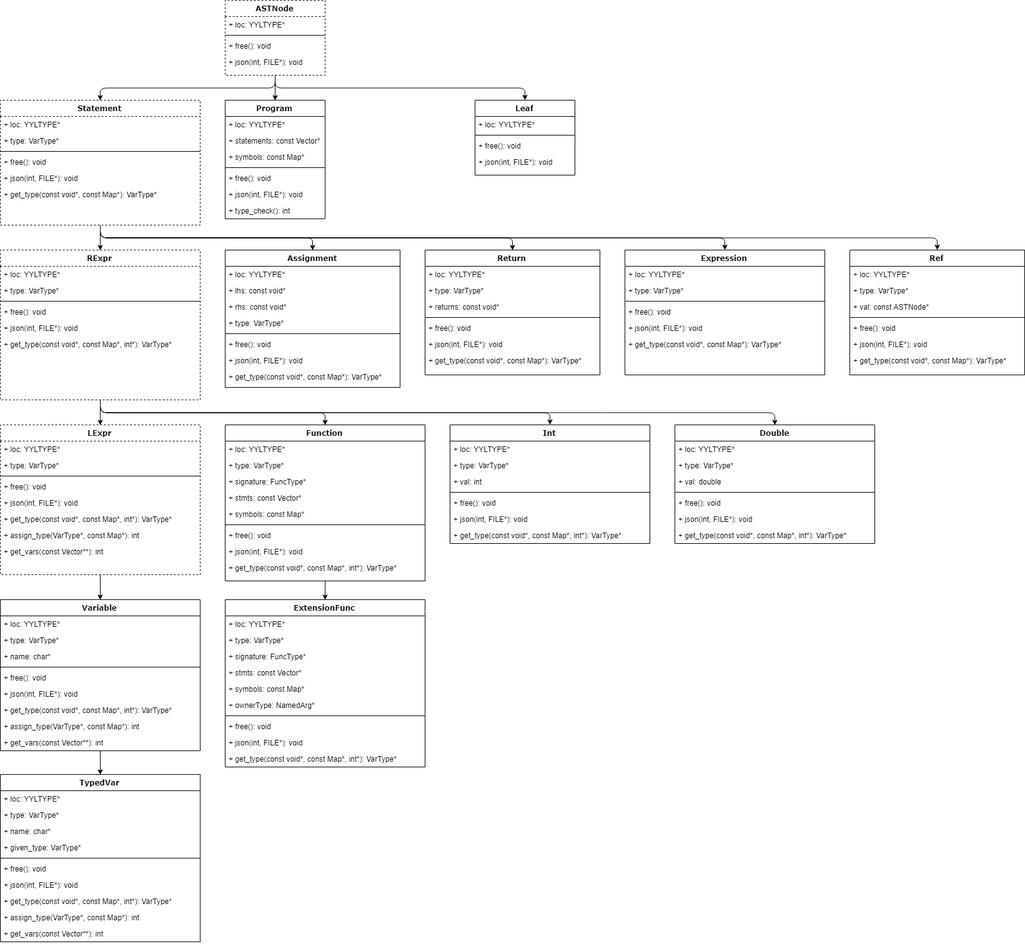
Above: doc/ASTHierarchy.png in taylor-santos/Tlang (draw.io), before the change. Source tidied: cells renumbered, new cells last; positions are measured from the earlier drawing's top-left corner, leaving out a move shared by most shapes.
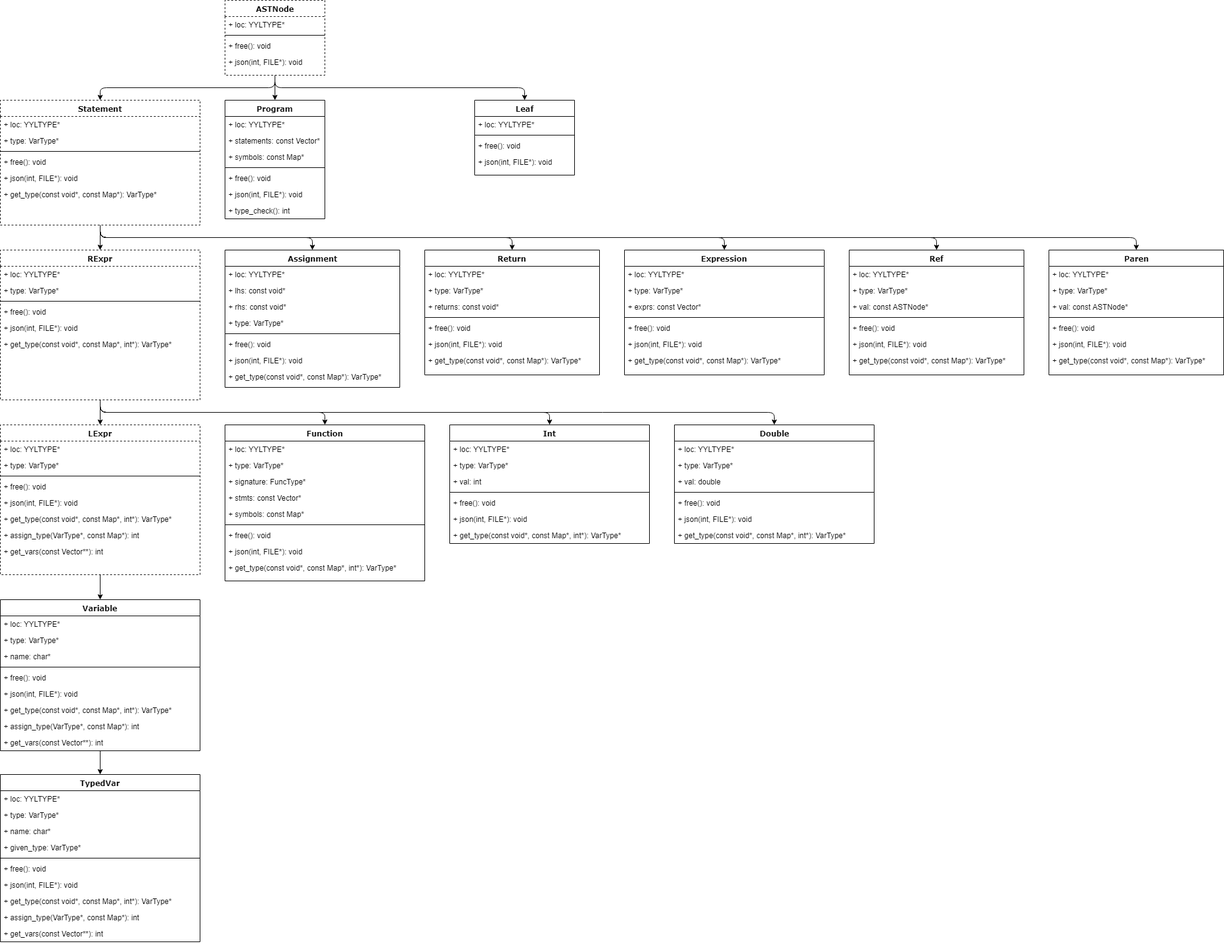
The same file after the commit.

Change to the diagram source:
```diff
@@ -41,6 +41,9 @@
     <mxCell id="14" style="edgeStyle=orthogonalEdgeStyle;rounded=1;jettySize=auto;html=1;exitX=0.5;exitY=1;exitDx=0;exitDy=0;" parent="1" edge="1" source="15" target="31">
       <mxGeometry relative="1" as="geometry" />
     </mxCell>
+    <mxCell id="148" style="edgeStyle=orthogonalEdgeStyle;rounded=1;jettySize=auto;html=1;exitX=0.5;exitY=1;exitDx=0;exitDy=0;entryX=0.5;entryY=0;entryDx=0;entryDy=0;" parent="1" edge="1" source="15" target="149">
+      <mxGeometry relative="1" as="geometry" />
+    </mxCell>
     <mxCell id="15" value="Statement" style="swimlane;html=1;fontStyle=1;align=center;verticalAlign=top;horizontal=1;startSize=26;swimlaneFillColor=#ffffff;rounded=0;shadow=0;comic=0;labelBackgroundColor=none;strokeColor=#000000;strokeWidth=1;fillColor=none;fontFamily=Verdana;fontSize=12;fontColor=#000000;dashed=1;" parent="1" vertex="1">
       <mxGeometry y="160" width="320" height="200" as="geometry" />
     </mxCell>
@@ -338,9 +341,6 @@
     <mxCell id="113" value="+ get_type(const void*, const Map*): VarType*&lt;br&gt;" style="text;html=1;strokeColor=none;fillColor=none;align=left;verticalAlign=top;spacingLeft=4;spacingRight=4;whiteSpace=wrap;overflow=hidden;" parent="106" vertex="1">
       <mxGeometry y="164" width="280" height="26" as="geometry" />
     </mxCell>
-    <mxCell id="114" style="edgeStyle=orthogonalEdgeStyle;rounded=1;jettySize=auto;html=1;exitX=0.5;exitY=1;exitDx=0;exitDy=0;entryX=0.5;entryY=0;entryDx=0;entryDy=0;" parent="1" edge="1" source="115" target="137">
-      <mxGeometry relative="1" as="geometry" />
-    </mxCell>
     <mxCell id="115" value="Function&lt;br&gt;" style="swimlane;html=1;fontStyle=1;align=center;verticalAlign=top;horizontal=1;startSize=26;swimlaneFillColor=#ffffff;rounded=0;shadow=0;comic=0;labelBackgroundColor=none;strokeColor=#000000;strokeWidth=1;fillColor=none;fontFamily=Verdana;fontSize=12;fontColor=#000000;" parent="1" vertex="1">
       <mxGeometry x="360" y="680" width="320" height="250" as="geometry" />
     </mxCell>
@@ -377,20 +377,23 @@
     <mxCell id="126" value="+ loc: YYLTYPE*" style="text;html=1;strokeColor=none;fillColor=none;align=left;verticalAlign=top;spacingLeft=4;spacingRight=4;whiteSpace=wrap;overflow=hidden;" parent="125" vertex="1">
       <mxGeometry y="26" width="320" height="26" as="geometry" />
     </mxCell>
+    <mxCell id="139" value="+ type: VarType*&lt;br&gt;" style="text;html=1;strokeColor=none;fillColor=none;align=left;verticalAlign=top;spacingLeft=4;spacingRight=4;whiteSpace=wrap;overflow=hidden;" parent="125" vertex="1">
+      <mxGeometry y="52" width="320" height="26" as="geometry" />
+    </mxCell>
-    <mxCell id="127" value="+ type: VarType*&lt;br&gt;" style="text;html=1;strokeColor=none;fillColor=none;align=left;verticalAlign=top;spacingLeft=4;spacingRight=4;whiteSpace=wrap;overflow=hidden;" parent="125" vertex="1">
-      <mxGeometry y="52" width="320" height="26" as="geometry" />
+    <mxCell id="127" value="+ exprs: const Vector*&lt;br&gt;" style="text;html=1;strokeColor=none;fillColor=none;align=left;verticalAlign=top;spacingLeft=4;spacingRight=4;whiteSpace=wrap;overflow=hidden;" parent="125" vertex="1">
+      <mxGeometry y="78" width="320" height="26" as="geometry" />
     </mxCell>
     <mxCell id="128" style="line;html=1;strokeWidth=1;fillColor=none;align=left;verticalAlign=middle;spacingTop=-1;spacingLeft=3;spacingRight=3;labelPosition=right;" parent="125" vertex="1">
-      <mxGeometry y="78" width="320" height="8" as="geometry" />
+      <mxGeometry y="104" width="320" height="8" as="geometry" />
     </mxCell>
     <mxCell id="129" value="+ free(): void" style="text;html=1;strokeColor=none;fillColor=none;align=left;verticalAlign=top;spacingLeft=4;spacingRight=4;whiteSpace=wrap;overflow=hidden;" parent="125" vertex="1">
-      <mxGeometry y="86" width="320" height="26" as="geometry" />
+      <mxGeometry y="112" width="320" height="26" as="geometry" />
     </mxCell>
     <mxCell id="130" value="+ json(int, FILE*): void&lt;br&gt;&lt;br&gt;" style="text;html=1;strokeColor=none;fillColor=none;align=left;verticalAlign=top;spacingLeft=4;spacingRight=4;whiteSpace=wrap;overflow=hidden;" parent="125" vertex="1">
-      <mxGeometry y="112" width="320" height="26" as="geometry" />
+      <mxGeometry y="138" width="320" height="26" as="geometry" />
     </mxCell>
     <mxCell id="131" value="+ get_type(const void*, const Map*): VarType*&lt;br&gt;" style="text;html=1;strokeColor=none;fillColor=none;align=left;verticalAlign=top;spacingLeft=4;spacingRight=4;whiteSpace=wrap;overflow=hidden;" parent="125" vertex="1">
-      <mxGeometry y="138" width="320" height="26" as="geometry" />
+      <mxGeometry y="164" width="320" height="26" as="geometry" />
     </mxCell>
     <mxCell id="132" value="Leaf" style="swimlane;html=1;fontStyle=1;align=center;verticalAlign=top;horizontal=1;startSize=26;swimlaneFillColor=#ffffff;rounded=0;shadow=0;comic=0;labelBackgroundColor=none;strokeColor=#000000;strokeWidth=1;fillColor=none;fontFamily=Verdana;fontSize=12;fontColor=#000000;" parent="1" vertex="1">
       <mxGeometry x="760" y="160" width="160" height="120" as="geometry" />
@@ -407,38 +410,29 @@
     <mxCell id="136" value="+ json(int, FILE*): void&lt;br&gt;&lt;br&gt;" style="text;html=1;strokeColor=none;fillColor=none;align=left;verticalAlign=top;spacingLeft=4;spacingRight=4;whiteSpace=wrap;overflow=hidden;" parent="132" vertex="1">
       <mxGeometry y="86" width="160" height="26" as="geometry" />
     </mxCell>
-    <mxCell id="137" value="ExtensionFunc&lt;br&gt;" style="swimlane;html=1;fontStyle=1;align=center;verticalAlign=top;horizontal=1;startSize=26;swimlaneFillColor=#ffffff;rounded=0;shadow=0;comic=0;labelBackgroundColor=none;strokeColor=#000000;strokeWidth=1;fillColor=none;fontFamily=Verdana;fontSize=12;fontColor=#000000;" parent="1" vertex="1">
-      <mxGeometry x="360" y="960" width="320" height="268" as="geometry" />
-    </mxCell>
+    <mxCell id="149" value="Paren" style="swimlane;html=1;fontStyle=1;align=center;verticalAlign=top;horizontal=1;startSize=26;swimlaneFillColor=#ffffff;rounded=0;shadow=0;comic=0;labelBackgroundColor=none;strokeColor=#000000;strokeWidth=1;fillColor=none;fontFamily=Verdana;fontSize=12;fontColor=#000000;" parent="1" vertex="1">
+      <mxGeometry x="1680" y="400" width="280" height="200" as="geometry" />
+    </mxCell>
-    <mxCell id="138" value="+ loc: YYLTYPE*" style="text;html=1;strokeColor=none;fillColor=none;align=left;verticalAlign=top;spacingLeft=4;spacingRight=4;whiteSpace=wrap;overflow=hidden;" parent="137" vertex="1">
-      <mxGeometry y="26" width="320" height="26" as="geometry" />
+    <mxCell id="138" value="+ loc: YYLTYPE*" style="text;html=1;strokeColor=none;fillColor=none;align=left;verticalAlign=top;spacingLeft=4;spacingRight=4;whiteSpace=wrap;overflow=hidden;" parent="149" vertex="1">
+      <mxGeometry y="26" width="280" height="26" as="geometry" />
     </mxCell>
-    <mxCell id="139" value="+ type: VarType*&lt;br&gt;" style="text;html=1;strokeColor=none;fillColor=none;align=left;verticalAlign=top;spacingLeft=4;spacingRight=4;whiteSpace=wrap;overflow=hidden;" parent="137" vertex="1">
-      <mxGeometry y="52" width="320" height="26" as="geometry" />
-    </mxCell>
-    <mxCell id="140" value="+ signature: FuncType*&lt;br&gt;" style="text;html=1;strokeColor=none;fillColor=none;align=left;verticalAlign=top;spacingLeft=4;spacingRight=4;whiteSpace=wrap;overflow=hidden;" parent="137" vertex="1">
-      <mxGeometry y="78" width="320" height="26" as="geometry" />
-    </mxCell>
-    <mxCell id="141" value="+ stmts: const Vector*&lt;br&gt;" style="text;html=1;strokeColor=none;fillColor=none;align=left;verticalAlign=top;spacingLeft=4;spacingRight=4;whiteSpace=wrap;overflow=hidden;" parent="137" vertex="1">
-      <mxGeometry y="104" width="320" height="26" as="geometry" />
-    </mxCell>
-    <mxCell id="142" value="+ symbols: const Map*&lt;br&gt;" style="text;html=1;strokeColor=none;fillColor=none;align=left;verticalAlign=top;spacingLeft=4;spacingRight=4;whiteSpace=wrap;overflow=hidden;" parent="137" vertex="1">
-      <mxGeometry y="130" width="320" height="26" as="geometry" />
-    </mxCell>
-    <mxCell id="143" value="+ ownerType: NamedArg*&lt;br&gt;" style="text;html=1;strokeColor=none;fillColor=none;align=left;verticalAlign=top;spacingLeft=4;spacingRight=4;whiteSpace=wrap;overflow=hidden;" parent="137" vertex="1">
-      <mxGeometry y="156" width="320" height="26" as="geometry" />
-    </mxCell>
-    <mxCell id="144" style="line;html=1;strokeWidth=1;fillColor=none;align=left;verticalAlign=middle;spacingTop=-1;spacingLeft=3;spacingRight=3;labelPosition=right;" parent="137" vertex="1">
-      <mxGeometry y="182" width="320" height="8" as="geometry" />
-    </mxCell>
+    <mxCell id="150" value="+ type: VarType*&lt;br&gt;" style="text;html=1;strokeColor=none;fillColor=none;align=left;verticalAlign=top;spacingLeft=4;spacingRight=4;whiteSpace=wrap;overflow=hidden;" parent="149" vertex="1">
+      <mxGeometry y="52" width="280" height="26" as="geometry" />
+    </mxCell>
+    <mxCell id="151" value="+ val: const ASTNode*&lt;br&gt;" style="text;html=1;strokeColor=none;fillColor=none;align=left;verticalAlign=top;spacingLeft=4;spacingRight=4;whiteSpace=wrap;overflow=hidden;" parent="149" vertex="1">
+      <mxGeometry y="78" width="280" height="26" as="geometry" />
+    </mxCell>
+    <mxCell id="152" style="line;html=1;strokeWidth=1;fillColor=none;align=left;verticalAlign=middle;spacingTop=-1;spacingLeft=3;spacingRight=3;labelPosition=right;" parent="149" vertex="1">
+      <mxGeometry y="104" width="280" height="8" as="geometry" />
+    </mxCell>
-    <mxCell id="145" value="+ free(): void" style="text;html=1;strokeColor=none;fillColor=none;align=left;verticalAlign=top;spacingLeft=4;spacingRight=4;whiteSpace=wrap;overflow=hidden;" parent="137" vertex="1">
-      <mxGeometry y="190" width="320" height="26" as="geometry" />
+    <mxCell id="145" value="+ free(): void" style="text;html=1;strokeColor=none;fillColor=none;align=left;verticalAlign=top;spacingLeft=4;spacingRight=4;whiteSpace=wrap;overflow=hidden;" parent="149" vertex="1">
+      <mxGeometry y="112" width="280" height="26" as="geometry" />
     </mxCell>
-    <mxCell id="146" value="+ json(int, FILE*): void&lt;br&gt;&lt;br&gt;" style="text;html=1;strokeColor=none;fillColor=none;align=left;verticalAlign=top;spacingLeft=4;spacingRight=4;whiteSpace=wrap;overflow=hidden;" parent="137" vertex="1">
-      <mxGeometry y="216" width="320" height="26" as="geometry" />
+    <mxCell id="146" value="+ json(int, FILE*): void&lt;br&gt;&lt;br&gt;" style="text;html=1;strokeColor=none;fillColor=none;align=left;verticalAlign=top;spacingLeft=4;spacingRight=4;whiteSpace=wrap;overflow=hidden;" parent="149" vertex="1">
+      <mxGeometry y="138" width="280" height="26" as="geometry" />
     </mxCell>
-    <mxCell id="147" value="+ get_type(const void*, const Map*, int*): VarType*&lt;br&gt;" style="text;html=1;strokeColor=none;fillColor=none;align=left;verticalAlign=top;spacingLeft=4;spacingRight=4;whiteSpace=wrap;overflow=hidden;" parent="137" vertex="1">
-      <mxGeometry y="242" width="320" height="26" as="geometry" />
-    </mxCell>
+    <mxCell id="153" value="+ get_type(const void*, const Map*): VarType*&lt;br&gt;" style="text;html=1;strokeColor=none;fillColor=none;align=left;verticalAlign=top;spacingLeft=4;spacingRight=4;whiteSpace=wrap;overflow=hidden;" parent="149" vertex="1">
+      <mxGeometry y="164" width="280" height="26" as="geometry" />
+    </mxCell>
   </root>
 </mxGraphModel>
```
